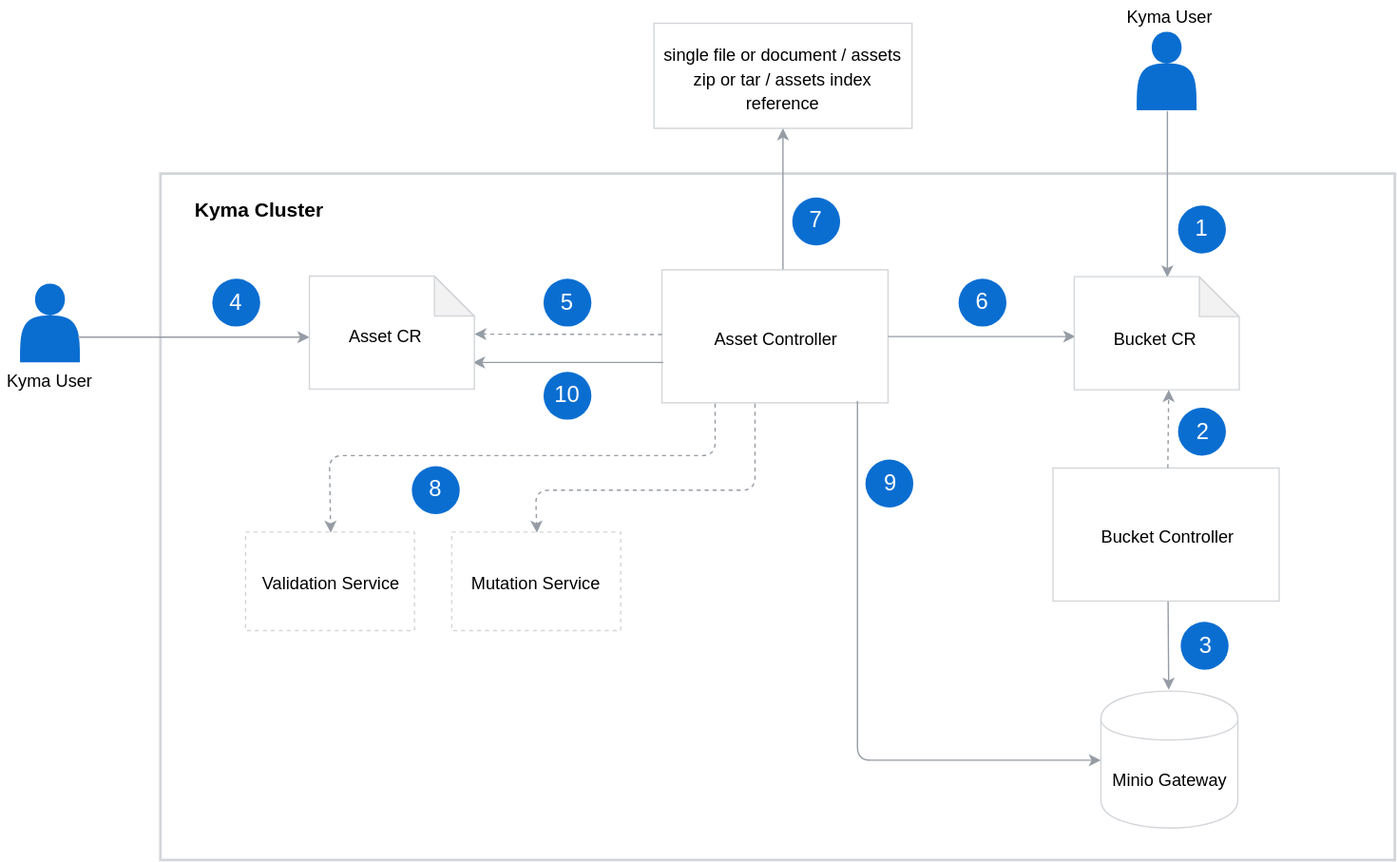
Above: content/docs/master/asset-store/docs/assets/asset-store-architecture.svg in kyma-project/website (draw.io), before the change. Source tidied: cells renumbered, new cells last; positions are measured from the earlier drawing's top-left corner, leaving out a move shared by most shapes.
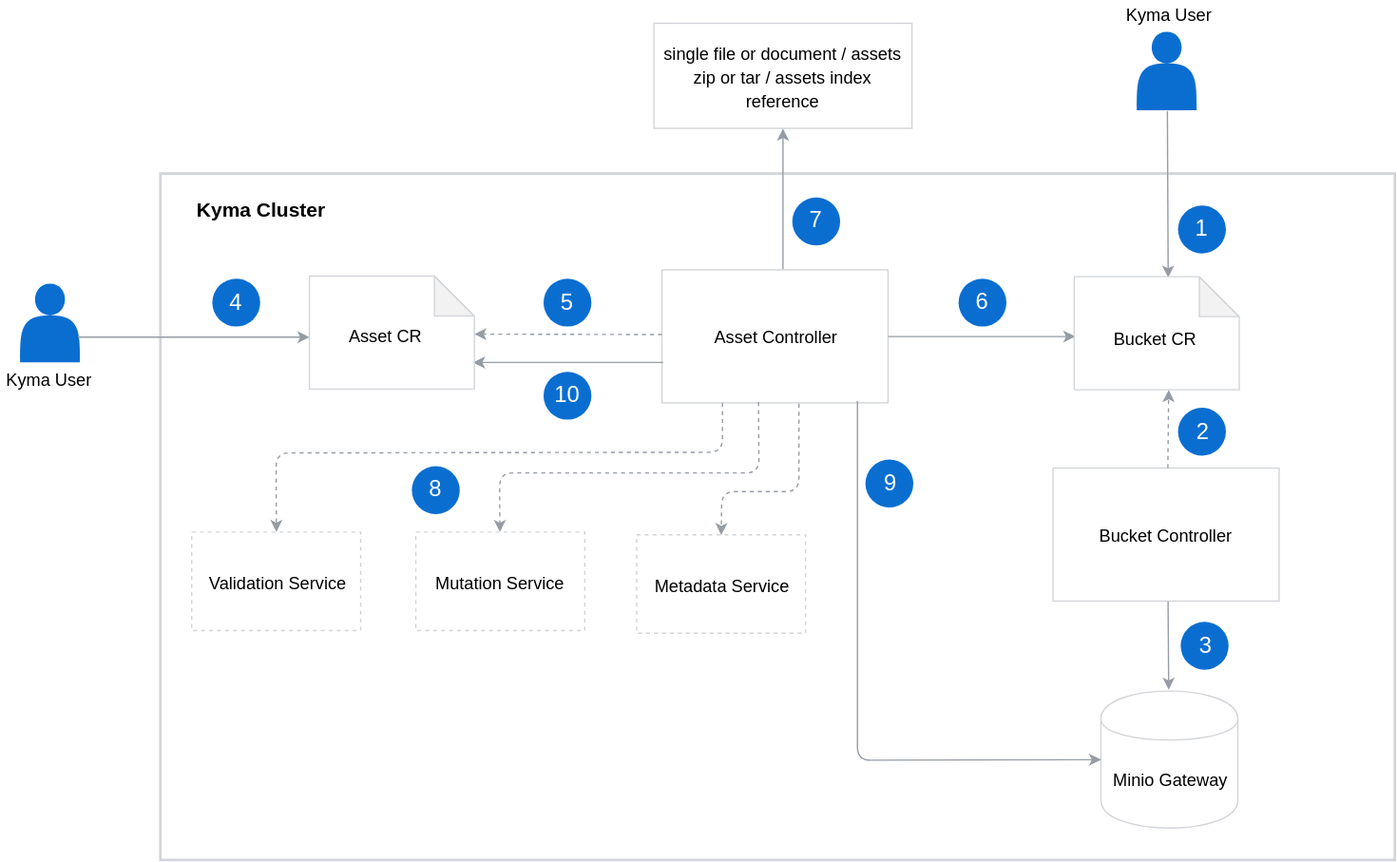
The same file after the commit.

What changed in the source:
```diff
@@ -12,10 +12,10 @@
       <mxGeometry x="130.5" y="138.5" width="128" height="36" as="geometry" />
     </mxCell>
     <mxCell id="5" value="&lt;font style=&quot;font-size: 13px&quot;&gt;Validation Service&lt;/font&gt;" style="rounded=0;whiteSpace=wrap;html=1;labelBackgroundColor=none;strokeColor=#D2D5D9;strokeWidth=1;fillColor=#FFFFFF;gradientColor=none;fontFamily=Helvetica;fontSize=15;fontColor=#000000;dashed=1;" parent="1" vertex="1">
-      <mxGeometry x="184" y="399.5" width="127" height="74" as="geometry" />
+      <mxGeometry x="143.5" y="399.5" width="127" height="74" as="geometry" />
     </mxCell>
     <mxCell id="6" value="&lt;font style=&quot;font-size: 13px&quot;&gt;Mutation Service&lt;/font&gt;" style="rounded=0;whiteSpace=wrap;html=1;labelBackgroundColor=none;strokeColor=#D2D5D9;strokeWidth=1;fillColor=#FFFFFF;gradientColor=none;fontFamily=Helvetica;fontSize=15;fontColor=#000000;dashed=1;" parent="1" vertex="1">
-      <mxGeometry x="339" y="399.5" width="127" height="74" as="geometry" />
+      <mxGeometry x="312" y="399.5" width="127" height="74" as="geometry" />
     </mxCell>
     <mxCell id="7" value="&lt;font style=&quot;font-size: 13px&quot;&gt;Kyma User&lt;/font&gt;" style="text;html=1;strokeColor=none;fillColor=none;align=center;verticalAlign=middle;whiteSpace=wrap;rounded=0;dashed=1;labelBackgroundColor=none;fontFamily=Helvetica;fontSize=15;fontColor=#000000;" parent="1" vertex="1">
       <mxGeometry y="274" width="73" height="20" as="geometry" />
@@ -32,21 +32,21 @@
     <mxCell id="11" value="&lt;font style=&quot;font-size: 13px&quot;&gt;single file or document / assets zip or tar / assets index reference&lt;br&gt;&lt;/font&gt;" style="rounded=0;whiteSpace=wrap;html=1;labelBackgroundColor=none;strokeColor=#D2D5D9;strokeWidth=1;fillColor=#FFFFFF;gradientColor=none;fontFamily=Helvetica;fontSize=15;fontColor=#000000;" parent="1" vertex="1">
       <mxGeometry x="491" y="17" width="194" height="79" as="geometry" />
     </mxCell>
-    <mxCell id="12" style="endArrow=classic;html=1;dashed=1;entryX=0.5;entryY=0;entryDx=0;entryDy=0;strokeColor=#959CA4;" parent="1" edge="1" target="5">
+    <mxCell id="12" style="endArrow=classic;html=1;dashed=1;strokeColor=#959CA4;entryX=0.5;entryY=0;entryDx=0;entryDy=0;" parent="1" edge="1" target="5">
       <mxGeometry relative="1" as="geometry">
-        <mxPoint x="537" y="303" as="sourcePoint" />
+        <mxPoint x="542.5" y="302.5" as="sourcePoint" />
         <Array as="points">
-          <mxPoint x="537" y="342" />
-          <mxPoint x="247" y="342" />
+          <mxPoint x="542.5" y="339.5" />
+          <mxPoint x="207" y="340" />
+          <mxPoint x="207" y="370" />
         </Array>
       </mxGeometry>
     </mxCell>
-    <mxCell id="13" style="endArrow=classic;html=1;dashed=1;entryX=0.5;entryY=0;entryDx=0;entryDy=0;strokeColor=#959CA4;" parent="1" edge="1" target="6">
+    <mxCell id="13" style="endArrow=classic;html=1;dashed=1;entryX=0.5;entryY=0;entryDx=0;entryDy=0;strokeColor=#959CA4;exitX=0.427;exitY=0.994;exitDx=0;exitDy=0;exitPerimeter=0;" parent="1" edge="1" source="8" target="6">
       <mxGeometry relative="1" as="geometry">
-        <mxPoint x="567" y="303" as="sourcePoint" />
         <Array as="points">
-          <mxPoint x="567" y="368" />
-          <mxPoint x="402" y="368" />
+          <mxPoint x="570" y="355" />
+          <mxPoint x="375" y="355" />
         </Array>
       </mxGeometry>
     </mxCell>
@@ -181,5 +181,17 @@
     <mxCell id="48" value="&lt;font style=&quot;font-size: 17px&quot; color=&quot;#ffffff&quot;&gt;3&lt;/font&gt;" style="text;html=1;strokeColor=none;fillColor=none;align=center;verticalAlign=middle;whiteSpace=wrap;rounded=0;labelBackgroundColor=none;fontFamily=Helvetica;fontSize=15;fontColor=#000000;" parent="1" vertex="1">
       <mxGeometry x="898.2" y="478.5" width="16" height="13" as="geometry" />
     </mxCell>
+    <mxCell id="49" value="&lt;font style=&quot;font-size: 13px&quot;&gt;Metadata Service&lt;/font&gt;" style="rounded=0;whiteSpace=wrap;html=1;labelBackgroundColor=none;strokeColor=#D2D5D9;strokeWidth=1;fillColor=#FFFFFF;gradientColor=none;fontFamily=Helvetica;fontSize=15;fontColor=#000000;dashed=1;" parent="1" vertex="1">
+      <mxGeometry x="478" y="401.5" width="127" height="74" as="geometry" />
+    </mxCell>
+    <mxCell id="50" style="endArrow=classic;html=1;dashed=1;entryX=0.5;entryY=0;entryDx=0;entryDy=0;strokeColor=#959CA4;" parent="1" edge="1" target="49">
+      <mxGeometry relative="1" as="geometry">
+        <mxPoint x="600" y="303" as="sourcePoint" />
+        <Array as="points">
+          <mxPoint x="600" y="369" />
+          <mxPoint x="542" y="369" />
+        </Array>
+      </mxGeometry>
+    </mxCell>
   </root>
 </mxGraphModel>
```
